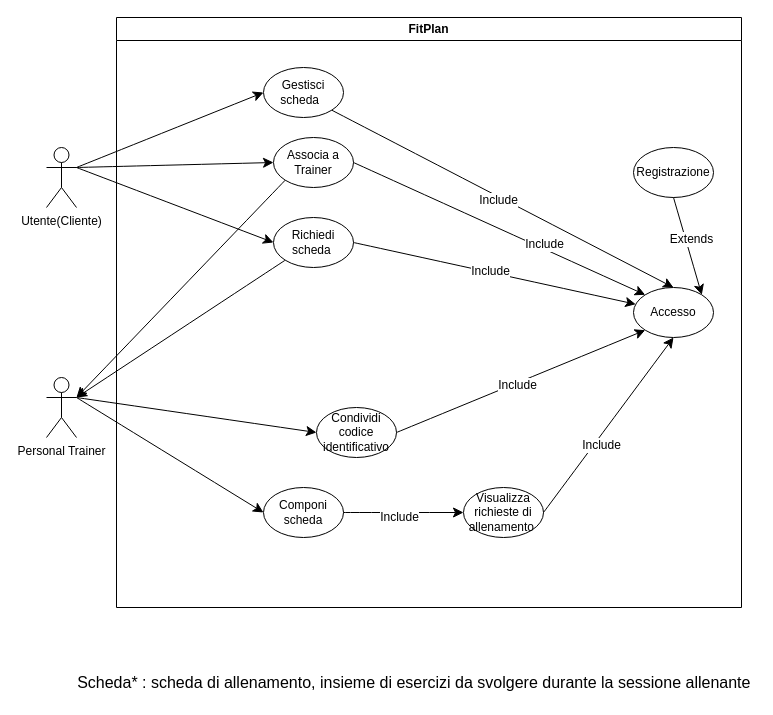
This is Diagramma senza titolo.drawio from FedericoSib/FitPlan, a draw.io file, before an edit. Source tidied: cells renumbered, new cells numbered last; positions are measured from the earlier drawing's top-left corner, leaving out a move shared by most shapes. Both pictures are drawn from the tidied source at 100%, with x=0, y=0 at pixel (46, 17).
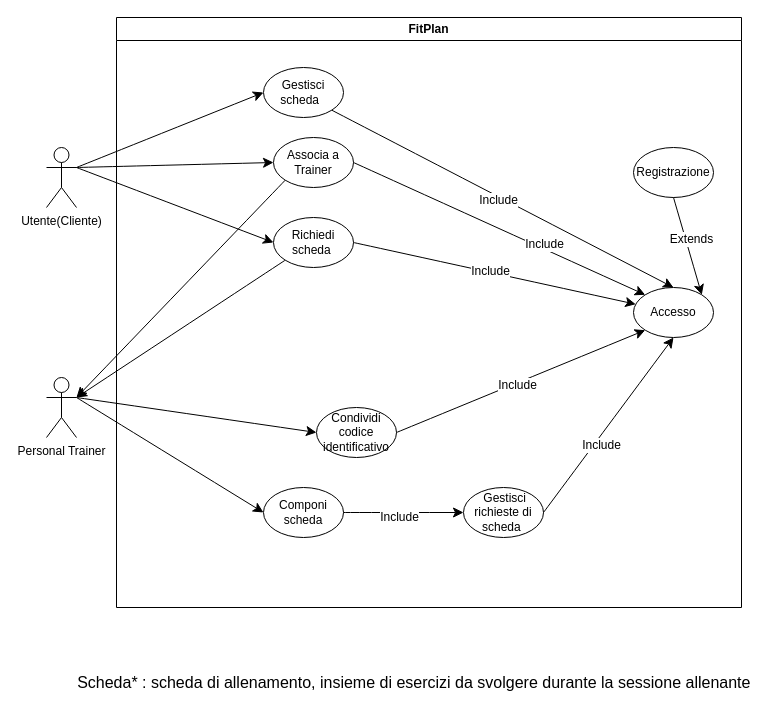
The same page after the edit.

The change refers to these unchanged cells:
```xml
<mxCell id="2" value="FitPlan" style="swimlane;whiteSpace=wrap;html=1;" parent="1" vertex="1">
  <mxGeometry x="70" width="625" height="590" as="geometry" />
</mxCell>
```

What changed in the source:
```diff
@@
-    <mxCell id="9" value="Visualizza richieste di allenamento&amp;nbsp;" style="ellipse;whiteSpace=wrap;html=1;" parent="2" vertex="1">
+    <mxCell id="9" value="&amp;nbsp;Gestisci richieste di scheda&amp;nbsp;" style="ellipse;whiteSpace=wrap;html=1;" parent="2" vertex="1">
       <mxGeometry x="347" y="470" width="80" height="50" as="geometry" />
     </mxCell>
```
